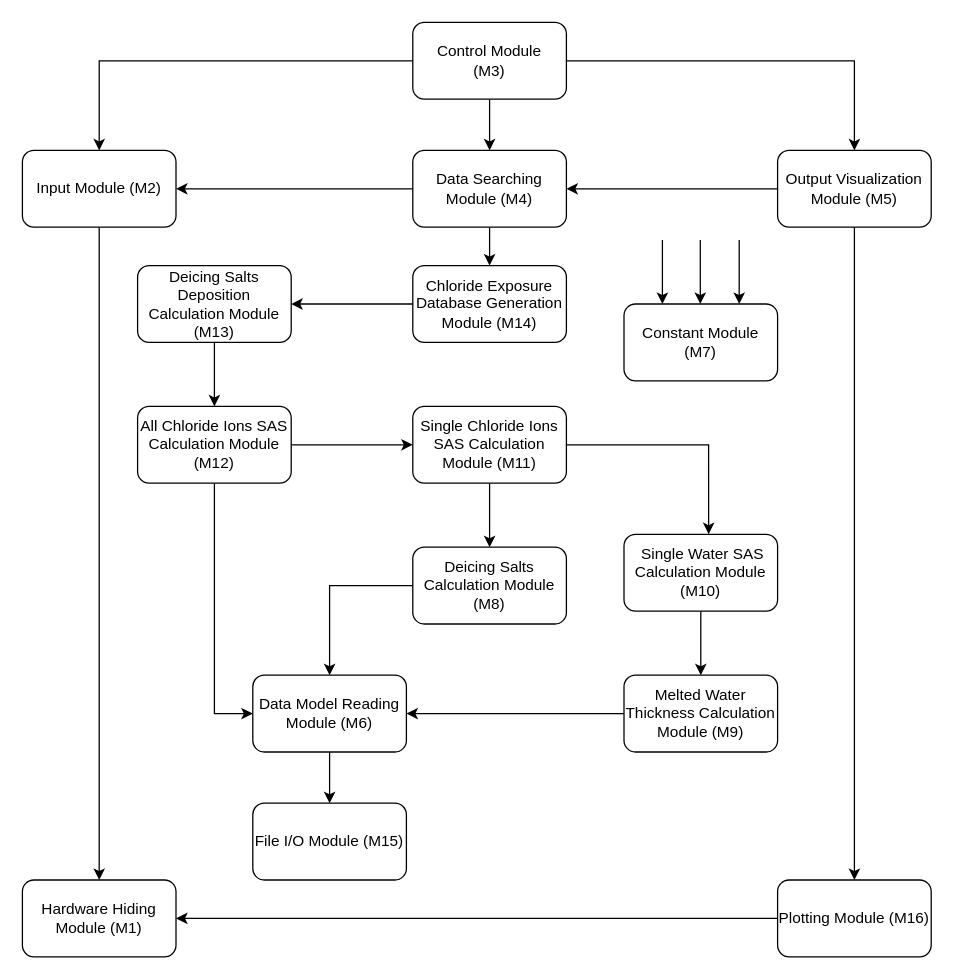
Earlier version of the draw.io diagram docs/Design/SoftArchitecture/UsesHierarchy.drawio (CynthiaLiu0805/BridgeChlorideExposurePredictor). Source tidied: cells renumbered, new cells numbered last; positions are measured from the earlier drawing's top-left corner, leaving out a move shared by most shapes. Both pictures are drawn from the tidied source at 128%, with x=0, y=0 at pixel (22, 22).
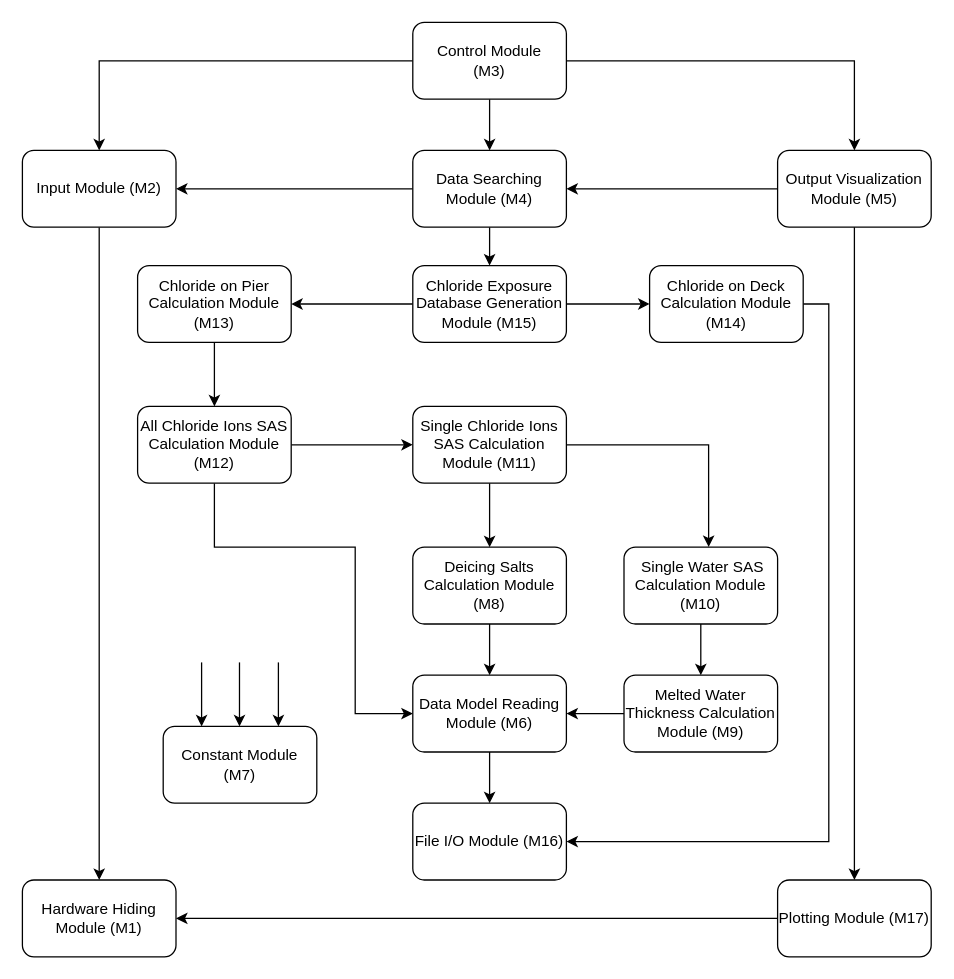
The same diagram, later.

The change refers to these unchanged cells:
```xml
<mxCell id="27" value="All Chloride Ions SAS Calculation Module&lt;div&gt;(M12)&lt;/div&gt;" style="rounded=1;whiteSpace=wrap;html=1;" parent="1" vertex="1">
  <mxGeometry x="90" y="300" width="120" height="60" as="geometry" />
</mxCell>
```

Change to the diagram source:
```diff
@@
+    <mxCell id="40" style="edgeStyle=orthogonalEdgeStyle;rounded=0;jettySize=auto;html=1;" parent="1" edge="1" source="8" target="42">
+      <mxGeometry relative="1" as="geometry" />
+    </mxCell>
-    <mxCell id="8" value="&lt;div&gt;Chloride Exposure Database Generation Module&amp;nbsp;&lt;span style=&quot;background-color: initial;&quot;&gt;(M14)&lt;/span&gt;&lt;/div&gt;" style="rounded=1;whiteSpace=wrap;html=1;" parent="1" vertex="1">
+    <mxCell id="8" value="&lt;div&gt;Chloride Exposure Database Generation Module&amp;nbsp;&lt;span style=&quot;background-color: initial;&quot;&gt;(M15)&lt;/span&gt;&lt;/div&gt;" style="rounded=1;whiteSpace=wrap;html=1;" parent="1" vertex="1">
       <mxGeometry x="305" y="190" width="120" height="60" as="geometry" />
     </mxCell>
@@
-    <mxCell id="17" value="Plotting Module&amp;nbsp;&lt;span style=&quot;background-color: initial;&quot;&gt;(M16)&lt;/span&gt;" style="rounded=1;whiteSpace=wrap;html=1;" parent="1" vertex="1">
+    <mxCell id="17" value="Plotting Module&amp;nbsp;&lt;span style=&quot;background-color: initial;&quot;&gt;(M17)&lt;/span&gt;" style="rounded=1;whiteSpace=wrap;html=1;" parent="1" vertex="1">
       <mxGeometry x="590" y="670" width="120" height="60" as="geometry" />
     </mxCell>
@@
     <mxCell id="24" value="&amp;nbsp;Single Water SAS Calculation Module&lt;div&gt;(M10)&lt;/div&gt;" style="rounded=1;whiteSpace=wrap;html=1;" parent="1" vertex="1">
-      <mxGeometry x="470" y="400" width="120" height="60" as="geometry" />
+      <mxGeometry x="470" y="410" width="120" height="60" as="geometry" />
     </mxCell>
@@
     <mxCell id="26" style="edgeStyle=orthogonalEdgeStyle;rounded=0;jettySize=auto;html=1;entryX=0;entryY=0.5;entryDx=0;entryDy=0;" parent="1" edge="1" source="27" target="33">
-      <mxGeometry relative="1" as="geometry" />
+      <mxGeometry relative="1" as="geometry">
+        <Array as="points">
+          <mxPoint x="150" y="410" />
+          <mxPoint x="260" y="410" />
+          <mxPoint x="260" y="540" />
+        </Array>
+      </mxGeometry>
     </mxCell>
@@
-    <mxCell id="31" value="Deicing Salts Deposition Calculation Module&lt;div&gt;(M13)&lt;/div&gt;" style="rounded=1;whiteSpace=wrap;html=1;" parent="1" vertex="1">
+    <mxCell id="31" value="Chloride on Pier Calculation Module&lt;div&gt;(M13)&lt;/div&gt;" style="rounded=1;whiteSpace=wrap;html=1;" parent="1" vertex="1">
       <mxGeometry x="90" y="190" width="120" height="60" as="geometry" />
     </mxCell>
@@
     <mxCell id="33" value="Data Model Reading Module&amp;nbsp;&lt;span style=&quot;background-color: initial;&quot;&gt;(M6)&lt;/span&gt;" style="rounded=1;whiteSpace=wrap;html=1;" parent="1" vertex="1">
-      <mxGeometry x="180" y="510" width="120" height="60" as="geometry" />
+      <mxGeometry x="305" y="510" width="120" height="60" as="geometry" />
     </mxCell>
     <mxCell id="34" value="Constant Module&lt;div&gt;(M7)&lt;/div&gt;" style="rounded=1;whiteSpace=wrap;html=1;" parent="1" vertex="1">
-      <mxGeometry x="470" y="220" width="120" height="60" as="geometry" />
+      <mxGeometry x="110" y="550" width="120" height="60" as="geometry" />
     </mxCell>
-    <mxCell id="35" value="File I/O Module&amp;nbsp;&lt;span style=&quot;background-color: initial;&quot;&gt;(M15)&lt;/span&gt;" style="rounded=1;whiteSpace=wrap;html=1;" parent="1" vertex="1">
-      <mxGeometry x="180" y="610" width="120" height="60" as="geometry" />
+    <mxCell id="35" value="File I/O Module&amp;nbsp;&lt;span style=&quot;background-color: initial;&quot;&gt;(M16)&lt;/span&gt;" style="rounded=1;whiteSpace=wrap;html=1;" parent="1" vertex="1">
+      <mxGeometry x="305" y="610" width="120" height="60" as="geometry" />
     </mxCell>
@@
     <mxCell id="37" style="endArrow=classic;html=1;rounded=0;entryX=0.25;entryY=0;entryDx=0;entryDy=0;" parent="1" edge="1" target="34">
       <mxGeometry relative="1" as="geometry">
-        <mxPoint x="500" y="170" as="sourcePoint" />
+        <mxPoint x="140" y="500" as="sourcePoint" />
       </mxGeometry>
     </mxCell>
     <mxCell id="38" style="endArrow=classic;html=1;rounded=0;entryX=0.25;entryY=0;entryDx=0;entryDy=0;" parent="1" edge="1">
       <mxGeometry relative="1" as="geometry">
-        <mxPoint x="529.6" y="170" as="sourcePoint" />
-        <mxPoint x="529.6" y="220" as="targetPoint" />
+        <mxPoint x="169.6" y="500" as="sourcePoint" />
+        <mxPoint x="169.6" y="550" as="targetPoint" />
       </mxGeometry>
     </mxCell>
     <mxCell id="39" style="endArrow=classic;html=1;rounded=0;entryX=0.25;entryY=0;entryDx=0;entryDy=0;" parent="1" edge="1">
       <mxGeometry relative="1" as="geometry">
-        <mxPoint x="560" y="170" as="sourcePoint" />
-        <mxPoint x="560" y="220" as="targetPoint" />
+        <mxPoint x="200" y="500" as="sourcePoint" />
+        <mxPoint x="200" y="550" as="targetPoint" />
       </mxGeometry>
     </mxCell>
+    <mxCell id="41" style="edgeStyle=orthogonalEdgeStyle;rounded=0;jettySize=auto;html=1;exitX=1;exitY=0.5;exitDx=0;exitDy=0;entryX=1;entryY=0.5;entryDx=0;entryDy=0;" parent="1" edge="1" source="42" target="35">
+      <mxGeometry relative="1" as="geometry" />
+    </mxCell>
+    <mxCell id="42" value="Chloride on Deck Calculation Module&lt;div&gt;(M14)&lt;/div&gt;" style="rounded=1;whiteSpace=wrap;html=1;" parent="1" vertex="1">
+      <mxGeometry x="490" y="190" width="120" height="60" as="geometry" />
+    </mxCell>
```
